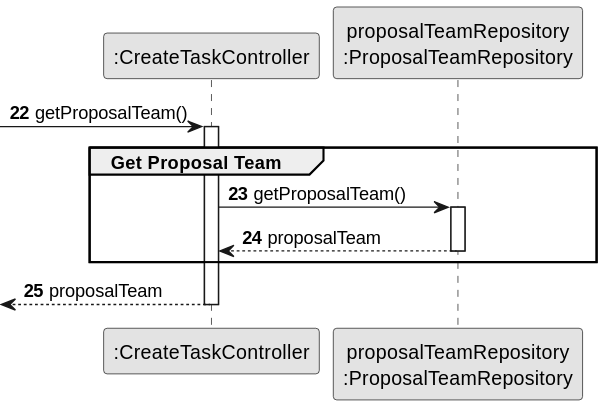
The PlantUML diagram docs/sprint2/us005/03.design/svg/us005-sequence-diagram-partial-proposal-team.svg in 1231360-ISEP/lei-24-s2-1db-g021, before a commit.
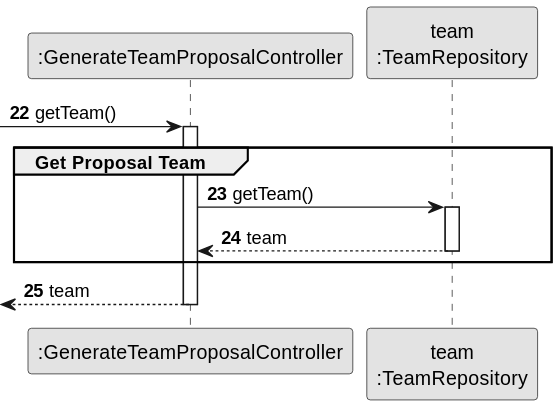
The same file after the commit.

Diff of the diagram source:
```diff
@@ -3,23 +3,23 @@
 skinparam packageStyle rectangle
 skinparam shadowing false
 
-participant ":CreateTaskController" as CTRL
-participant "proposalTeamRepository\n:ProposalTeamRepository" as ProposalTeamRepository
+participant ":GenerateTeamProposalController" as CTRL
+participant "team\n:TeamRepository" as TeamRepository
 
 autonumber 22
 
--> CTRL : getProposalTeam()
+-> CTRL : getTeam()
 activate CTRL
 
 group Get Proposal Team
-        CTRL -> ProposalTeamRepository : getProposalTeam()
-    activate ProposalTeamRepository
+        CTRL -> TeamRepository : getTeam()
+    activate TeamRepository
 
-    ProposalTeamRepository --> CTRL : proposalTeam
-    deactivate ProposalTeamRepository
+    TeamRepository --> CTRL : team
+    deactivate TeamRepository
 
 end
 
-<-- CTRL : proposalTeam
+<-- CTRL : team
 deactivate CTRL
 @enduml
```
